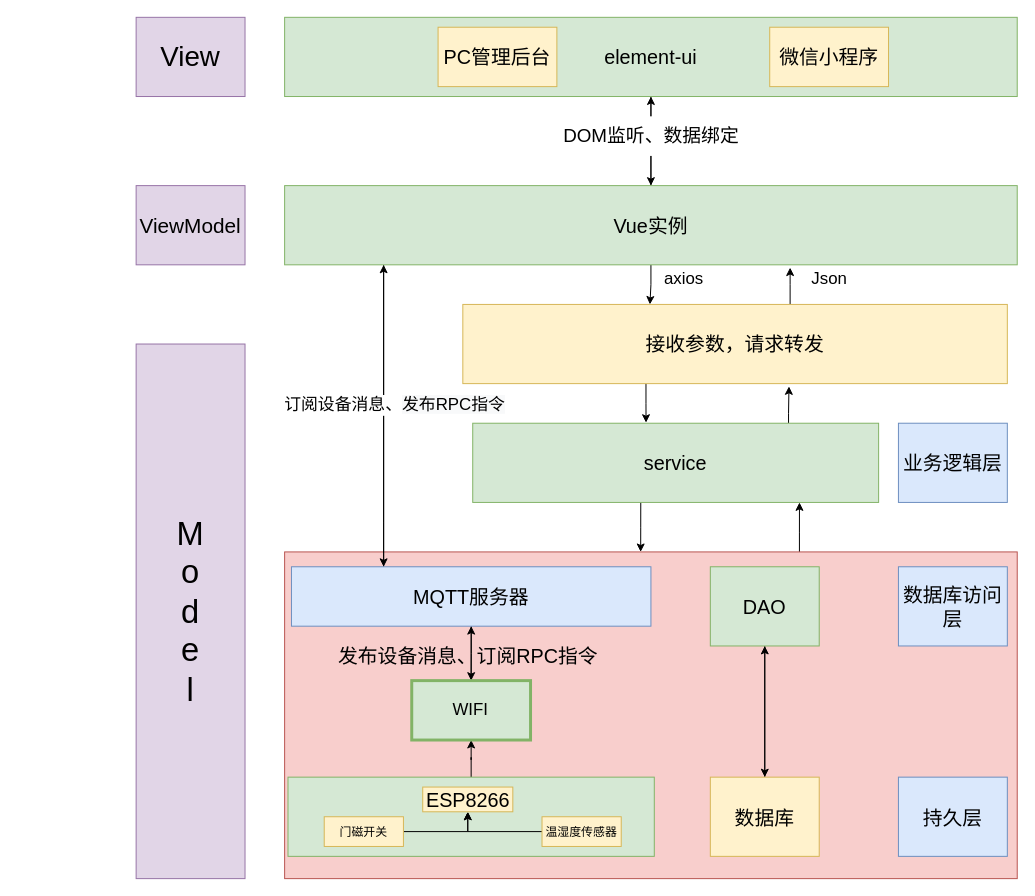
Before: resources/未命名绘图.drawio in LY220214/LY220214.github.io, a draw.io diagram. Source tidied: cells renumbered, new cells numbered last; positions are measured from the earlier drawing's top-left corner, leaving out a move shared by most shapes. Both pictures are drawn from the tidied source at 99%, with x=0, y=0 at pixel (136, 17).
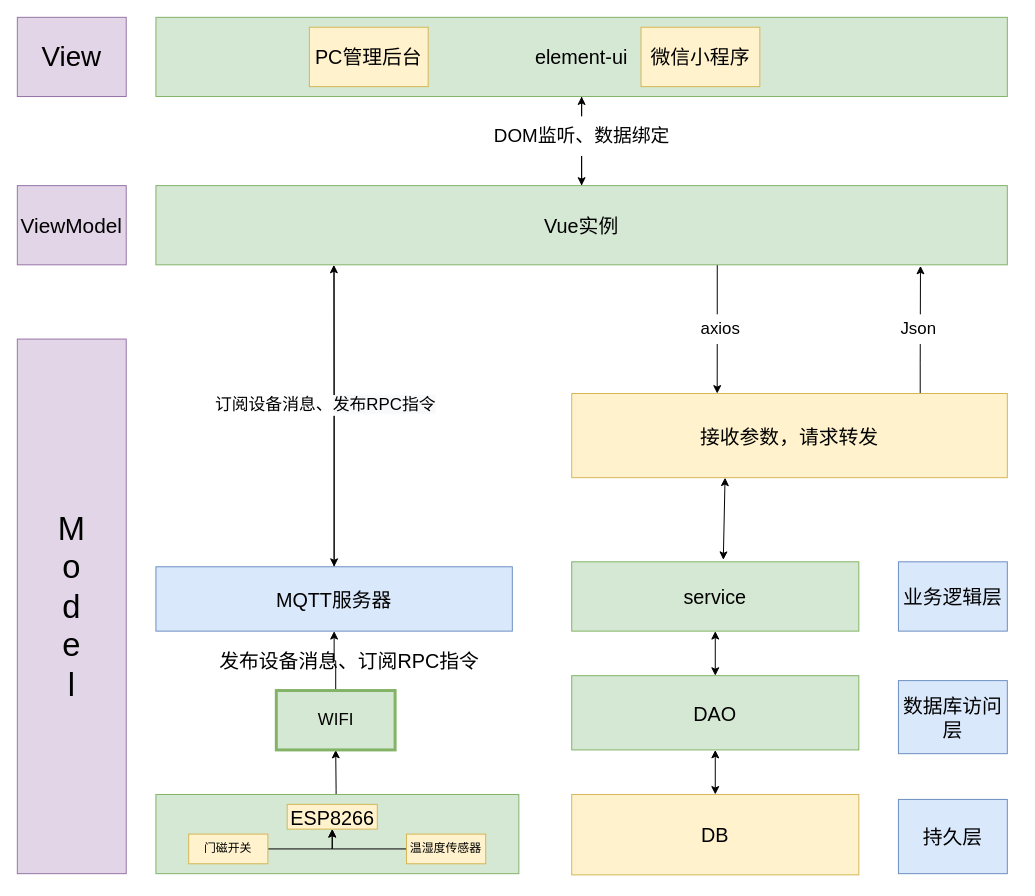
After the change.

Commit message:
更新未命名绘图.drawio

Diff of the diagram source:
```diff
@@
-    <mxCell id="2" style="edgeStyle=orthogonalEdgeStyle;rounded=0;jettySize=auto;html=1;entryX=0.486;entryY=0;entryDx=0;entryDy=0;entryPerimeter=0;fontSize=17;fontColor=#000000;exitX=0.414;exitY=1;exitDx=0;exitDy=0;exitPerimeter=0;" parent="1" edge="1" source="4" target="6">
-      <mxGeometry relative="1" as="geometry" />
-    </mxCell>
-    <mxCell id="3" style="edgeStyle=orthogonalEdgeStyle;rounded=0;jettySize=auto;html=1;entryX=0.599;entryY=1.035;entryDx=0;entryDy=0;entryPerimeter=0;fontSize=17;fontColor=#000000;" parent="1" edge="1" source="4" target="25">
-      <mxGeometry relative="1" as="geometry">
-        <Array as="points">
-          <mxPoint x="659" y="400" />
-          <mxPoint x="659" y="400" />
-        </Array>
-      </mxGeometry>
-    </mxCell>
     <mxCell id="4" value="service" style="rounded=0;whiteSpace=wrap;html=1;fontSize=20;fillColor=#d5e8d4;strokeColor=#82b366;" parent="1" vertex="1">
-      <mxGeometry x="340" y="410" width="410" height="80" as="geometry" />
+      <mxGeometry x="440" y="550" width="290" height="70" as="geometry" />
     </mxCell>
-    <mxCell id="5" style="edgeStyle=orthogonalEdgeStyle;rounded=0;jettySize=auto;html=1;entryX=0.805;entryY=1;entryDx=0;entryDy=0;entryPerimeter=0;fontSize=17;fontColor=#000000;" parent="1" edge="1" source="6" target="4">
-      <mxGeometry relative="1" as="geometry">
-        <Array as="points">
-          <mxPoint x="670" y="520" />
-          <mxPoint x="670" y="520" />
-        </Array>
-      </mxGeometry>
-    </mxCell>
-    <mxCell id="6" style="rounded=0;whiteSpace=wrap;html=1;labelBackgroundColor=none;fontSize=28;fillColor=#f8cecc;strokeColor=#b85450;" parent="1" vertex="1">
-      <mxGeometry x="150" y="540" width="740" height="330" as="geometry" />
-    </mxCell>
     <mxCell id="7" style="edgeStyle=orthogonalEdgeStyle;rounded=0;jettySize=auto;html=1;entryX=0.5;entryY=1;entryDx=0;entryDy=0;fontSize=17;" parent="1" edge="1" source="8" target="28">
-      <mxGeometry relative="1" as="geometry" />
+      <mxGeometry relative="1" as="geometry">
+        <Array as="points">
+          <mxPoint x="202" y="780" />
+          <mxPoint x="202" y="780" />
+        </Array>
+      </mxGeometry>
     </mxCell>
     <mxCell id="8" style="rounded=0;whiteSpace=wrap;html=1;fillColor=#d5e8d4;strokeColor=#82b366;" parent="1" vertex="1">
-      <mxGeometry x="153.4" y="767.5" width="370" height="80" as="geometry" />
+      <mxGeometry x="20" y="785" width="366.6" height="80" as="geometry" />
     </mxCell>
@@
     <mxCell id="10" value="门磁开关" style="rounded=0;whiteSpace=wrap;html=1;fillColor=#fff2cc;strokeColor=#d6b656;" parent="1" vertex="1">
-      <mxGeometry x="190" y="807.5" width="80" height="30" as="geometry" />
+      <mxGeometry x="53.1" y="825" width="80" height="30" as="geometry" />
     </mxCell>
@@
     <mxCell id="12" value="温湿度传感器" style="rounded=0;whiteSpace=wrap;html=1;fillColor=#fff2cc;strokeColor=#d6b656;" parent="1" vertex="1">
-      <mxGeometry x="410" y="807.5" width="80" height="30" as="geometry" />
+      <mxGeometry x="273.1" y="825" width="80" height="30" as="geometry" />
     </mxCell>
-    <mxCell id="13" style="edgeStyle=orthogonalEdgeStyle;rounded=0;jettySize=auto;html=1;entryX=0.5;entryY=0;entryDx=0;entryDy=0;fontSize=17;" parent="1" edge="1" source="15" target="28">
-      <mxGeometry relative="1" as="geometry" />
-    </mxCell>
-    <mxCell id="14" style="edgeStyle=orthogonalEdgeStyle;rounded=0;jettySize=auto;html=1;fontSize=17;fontColor=#000000;" parent="1" edge="1" source="15">
-      <mxGeometry relative="1" as="geometry">
-        <mxPoint x="250" y="250" as="targetPoint" />
-        <Array as="points">
-          <mxPoint x="250" y="510" />
-          <mxPoint x="250" y="510" />
-        </Array>
-      </mxGeometry>
+    <mxCell id="14" style="edgeStyle=orthogonalEdgeStyle;rounded=0;jettySize=auto;html=1;fontSize=17;fontColor=#000000;entryX=0.209;entryY=1;entryDx=0;entryDy=0;entryPerimeter=0;" parent="1" edge="1" source="15" target="38">
+      <mxGeometry relative="1" as="geometry" />
     </mxCell>
     <mxCell id="15" value="MQTT服务器" style="rounded=0;whiteSpace=wrap;html=1;fontSize=20;fillColor=#dae8fc;strokeColor=#6c8ebf;" parent="1" vertex="1">
-      <mxGeometry x="156.9" y="555" width="363.1" height="60" as="geometry" />
+      <mxGeometry x="20" y="555" width="360" height="65" as="geometry" />
     </mxCell>
@@
     <mxCell id="17" value="element-ui" style="rounded=0;whiteSpace=wrap;html=1;fontSize=20;fillColor=#d5e8d4;strokeColor=#82b366;" parent="1" vertex="1">
-      <mxGeometry x="150" width="740" height="80" as="geometry" />
+      <mxGeometry x="20" width="860" height="80" as="geometry" />
     </mxCell>
     <mxCell id="18" value="PC管理后台" style="rounded=0;whiteSpace=wrap;html=1;fontSize=20;fillColor=#fff2cc;strokeColor=#d6b656;" parent="1" vertex="1">
-      <mxGeometry x="305" y="10" width="120" height="60" as="geometry" />
+      <mxGeometry x="175" y="10" width="120" height="60" as="geometry" />
     </mxCell>
     <mxCell id="19" value="微信小程序" style="rounded=0;whiteSpace=wrap;html=1;fontSize=20;fillColor=#fff2cc;strokeColor=#d6b656;" parent="1" vertex="1">
-      <mxGeometry x="640" y="10" width="120" height="60" as="geometry" />
+      <mxGeometry x="510" y="10" width="120" height="60" as="geometry" />
     </mxCell>
     <mxCell id="20" value="发布设备消息、订阅RPC指令" style="text;html=1;align=center;verticalAlign=middle;strokeColor=none;fillColor=none;fontSize=20;" parent="1" vertex="1">
-      <mxGeometry x="190" y="625" width="290" height="40" as="geometry" />
+      <mxGeometry x="70" y="630" width="290" height="40" as="geometry" />
     </mxCell>
-    <mxCell id="21" style="edgeStyle=orthogonalEdgeStyle;rounded=0;jettySize=auto;html=1;fontSize=19;fontColor=#67AB9F;" parent="1" edge="1" source="22" target="32">
-      <mxGeometry relative="1" as="geometry" />
-    </mxCell>
-    <mxCell id="22" value="数据库" style="rounded=0;whiteSpace=wrap;html=1;fontSize=20;fillColor=#fff2cc;strokeColor=#d6b656;" parent="1" vertex="1">
-      <mxGeometry x="580" y="767.5" width="110" height="80" as="geometry" />
+    <mxCell id="22" value="DB" style="rounded=0;whiteSpace=wrap;html=1;fontSize=20;fillColor=#fff2cc;strokeColor=#d6b656;" parent="1" vertex="1">
+      <mxGeometry x="440" y="785" width="290" height="81.2" as="geometry" />
     </mxCell>
-    <mxCell id="23" style="edgeStyle=orthogonalEdgeStyle;rounded=0;jettySize=auto;html=1;entryX=0.427;entryY=-0.007;entryDx=0;entryDy=0;entryPerimeter=0;fontSize=17;fontColor=#000000;" parent="1" edge="1" source="25" target="4">
-      <mxGeometry relative="1" as="geometry">
-        <Array as="points">
-          <mxPoint x="515" y="390" />
-          <mxPoint x="515" y="390" />
-        </Array>
-      </mxGeometry>
-    </mxCell>
-    <mxCell id="24" style="edgeStyle=orthogonalEdgeStyle;rounded=0;jettySize=auto;html=1;entryX=0.69;entryY=1.035;entryDx=0;entryDy=0;entryPerimeter=0;fontSize=17;fontColor=#000000;" parent="1" edge="1" source="25" target="38">
+    <mxCell id="24" style="edgeStyle=orthogonalEdgeStyle;rounded=0;jettySize=auto;html=1;entryX=0.898;entryY=1.013;entryDx=0;entryDy=0;entryPerimeter=0;fontSize=6;fontColor=#000000;" parent="1" edge="1" source="25" target="38">
       <mxGeometry relative="1" as="geometry">
         <Array as="points">
-          <mxPoint x="660" y="270" />
+          <mxPoint x="792" y="350" />
+          <mxPoint x="792" y="350" />
         </Array>
       </mxGeometry>
     </mxCell>
     <mxCell id="25" value="接收参数，请求转发" style="rounded=0;whiteSpace=wrap;html=1;fontSize=20;fillColor=#fff2cc;strokeColor=#d6b656;" parent="1" vertex="1">
-      <mxGeometry x="330" y="290" width="550" height="80" as="geometry" />
+      <mxGeometry x="440" y="380" width="440" height="85" as="geometry" />
     </mxCell>
     <mxCell id="26" value="&lt;h3&gt;&lt;span style=&quot;font-weight: normal;&quot;&gt;&lt;font style=&quot;font-size: 20px;&quot;&gt;ESP8266&lt;/font&gt;&lt;/span&gt;&lt;/h3&gt;" style="rounded=0;whiteSpace=wrap;html=1;fillColor=#fff2cc;strokeColor=#d6b656;" parent="1" vertex="1">
-      <mxGeometry x="289.5" y="777.5" width="91" height="25" as="geometry" />
+      <mxGeometry x="152.6" y="795" width="91" height="25" as="geometry" />
     </mxCell>
-    <mxCell id="27" style="edgeStyle=orthogonalEdgeStyle;rounded=0;jettySize=auto;html=1;entryX=0.5;entryY=1;entryDx=0;entryDy=0;fontSize=17;" parent="1" edge="1" source="28" target="15">
+    <mxCell id="27" style="edgeStyle=orthogonalEdgeStyle;rounded=0;jettySize=auto;html=1;entryX=0.5;entryY=1;entryDx=0;entryDy=0;fontSize=6;fontColor=#000000;" parent="1" edge="1" source="28" target="15">
       <mxGeometry relative="1" as="geometry" />
     </mxCell>
     <mxCell id="28" value="WIFI" style="rounded=0;whiteSpace=wrap;html=1;fontSize=17;strokeWidth=3;fillColor=#d5e8d4;strokeColor=#82b366;" parent="1" vertex="1">
-      <mxGeometry x="278.4" y="670" width="120" height="60" as="geometry" />
+      <mxGeometry x="141.6" y="680" width="120" height="60" as="geometry" />
     </mxCell>
     <mxCell id="29" value="持久层" style="rounded=0;whiteSpace=wrap;html=1;fontSize=20;fillColor=#dae8fc;strokeColor=#6c8ebf;" parent="1" vertex="1">
-      <mxGeometry x="770" y="767.5" width="110" height="80" as="geometry" />
+      <mxGeometry x="770" y="790" width="110" height="75" as="geometry" />
     </mxCell>
     <mxCell id="30" value="业务逻辑层" style="rounded=0;whiteSpace=wrap;html=1;fontSize=20;fillColor=#dae8fc;strokeColor=#6c8ebf;" parent="1" vertex="1">
-      <mxGeometry x="770" y="410" width="110" height="80" as="geometry" />
+      <mxGeometry x="770" y="550" width="110" height="70" as="geometry" />
     </mxCell>
-    <mxCell id="31" style="edgeStyle=orthogonalEdgeStyle;rounded=0;jettySize=auto;html=1;entryX=0.5;entryY=0;entryDx=0;entryDy=0;fontSize=19;fontColor=#67AB9F;" parent="1" edge="1" source="32" target="22">
-      <mxGeometry relative="1" as="geometry" />
-    </mxCell>
     <mxCell id="32" value="DAO" style="rounded=0;whiteSpace=wrap;html=1;fontSize=20;fillColor=#d5e8d4;strokeColor=#82b366;" parent="1" vertex="1">
-      <mxGeometry x="580" y="555" width="110" height="80" as="geometry" />
+      <mxGeometry x="440" y="665" width="290" height="75" as="geometry" />
     </mxCell>
     <mxCell id="33" value="数据库访问层" style="rounded=0;whiteSpace=wrap;html=1;fontSize=20;fillColor=#dae8fc;strokeColor=#6c8ebf;" parent="1" vertex="1">
-      <mxGeometry x="770" y="555" width="110" height="80" as="geometry" />
+      <mxGeometry x="770" y="670" width="110" height="73.8" as="geometry" />
     </mxCell>
@@
-    <mxCell id="35" style="edgeStyle=orthogonalEdgeStyle;rounded=0;jettySize=auto;html=1;fontSize=28;fontColor=#000000;" parent="1" edge="1" source="38">
+    <mxCell id="35" style="edgeStyle=orthogonalEdgeStyle;rounded=0;jettySize=auto;html=1;fontSize=28;fontColor=#000000;entryX=0.5;entryY=0;entryDx=0;entryDy=0;exitX=0.208;exitY=1.025;exitDx=0;exitDy=0;exitPerimeter=0;" parent="1" edge="1" source="38" target="15">
       <mxGeometry relative="1" as="geometry">
-        <mxPoint x="250" y="555" as="targetPoint" />
         <Array as="points">
-          <mxPoint x="250" y="555" />
+          <mxPoint x="200" y="252" />
         </Array>
       </mxGeometry>
     </mxCell>
     <mxCell id="36" value="订阅设备消息、&lt;span style=&quot;background-color: rgb(248, 249, 250);&quot;&gt;发布RPC指令&lt;/span&gt;" style="edgeLabel;html=1;align=center;verticalAlign=middle;fontSize=17;fontColor=#000000;" parent="35" vertex="1">
       <mxGeometry x="0.1" y="-4" relative="1" as="geometry">
-        <mxPoint x="14" y="-27" as="offset" />
+        <mxPoint x="-6" y="-26" as="offset" />
       </mxGeometry>
     </mxCell>
-    <mxCell id="37" style="edgeStyle=orthogonalEdgeStyle;rounded=0;jettySize=auto;html=1;fontSize=17;fontColor=#000000;" parent="1" edge="1" source="38">
-      <mxGeometry relative="1" as="geometry">
-        <mxPoint x="519" y="290" as="targetPoint" />
-      </mxGeometry>
-    </mxCell>
+    <mxCell id="45" style="edgeStyle=orthogonalEdgeStyle;rounded=0;jettySize=auto;html=1;entryX=0.334;entryY=0;entryDx=0;entryDy=0;entryPerimeter=0;fontSize=6;fontColor=#000000;" parent="1" edge="1" source="38" target="25">
+      <mxGeometry relative="1" as="geometry">
+        <Array as="points">
+          <mxPoint x="587" y="300" />
+          <mxPoint x="587" y="300" />
+        </Array>
+      </mxGeometry>
+    </mxCell>
     <mxCell id="38" value="Vue实例" style="rounded=0;whiteSpace=wrap;html=1;fontSize=20;fillColor=#d5e8d4;strokeColor=#82b366;" parent="1" vertex="1">
-      <mxGeometry x="150" y="170" width="740" height="80" as="geometry" />
+      <mxGeometry x="20" y="170" width="860" height="80" as="geometry" />
     </mxCell>
-    <mxCell id="39" value="Json" style="text;html=1;align=center;verticalAlign=middle;strokeColor=none;fillColor=none;fontSize=17;" parent="1" vertex="1">
-      <mxGeometry x="670" y="250" width="60" height="30" as="geometry" />
-    </mxCell>
     <mxCell id="40" value="M&lt;br style=&quot;font-size: 33px;&quot;&gt;o&lt;br style=&quot;font-size: 33px;&quot;&gt;d&lt;br style=&quot;font-size: 33px;&quot;&gt;e&lt;br style=&quot;font-size: 33px;&quot;&gt;l" style="rounded=0;whiteSpace=wrap;html=1;labelBackgroundColor=none;fontSize=33;fillColor=#e1d5e7;strokeColor=#9673a6;" parent="1" vertex="1">
-      <mxGeometry y="330" width="110" height="540" as="geometry" />
+      <mxGeometry x="-120" y="325" width="110" height="540" as="geometry" />
     </mxCell>
     <mxCell id="41" value="&lt;span style=&quot;font-size: 21px;&quot;&gt;ViewModel&lt;/span&gt;" style="rounded=0;whiteSpace=wrap;html=1;labelBackgroundColor=none;fontSize=21;fillColor=#e1d5e7;strokeColor=#9673a6;" parent="1" vertex="1">
-      <mxGeometry y="170" width="110" height="80" as="geometry" />
+      <mxGeometry x="-120" y="170" width="110" height="80" as="geometry" />
     </mxCell>
     <mxCell id="42" value="&lt;span style=&quot;font-size: 28px;&quot;&gt;View&lt;/span&gt;" style="rounded=0;whiteSpace=wrap;html=1;labelBackgroundColor=none;fontSize=28;fillColor=#e1d5e7;strokeColor=#9673a6;" parent="1" vertex="1">
-      <mxGeometry width="110" height="80" as="geometry" />
+      <mxGeometry x="-120" width="110" height="80" as="geometry" />
     </mxCell>
+    <mxCell id="44" value="DOM监听、数据绑定" style="text;html=1;align=center;verticalAlign=middle;fontSize=19;fillColor=default;" parent="1" vertex="1">
+      <mxGeometry x="350" y="100" width="200" height="40" as="geometry" />
+    </mxCell>
-    <mxCell id="43" value="axios" style="text;html=1;align=center;verticalAlign=middle;strokeColor=none;fillColor=none;fontSize=17;fontColor=#000000;" parent="1" vertex="1">
-      <mxGeometry x="523.4" y="250" width="60" height="30" as="geometry" />
+    <mxCell id="43" value="axios" style="text;html=1;align=center;verticalAlign=middle;strokeColor=none;fillColor=default;fontSize=17;fontColor=#000000;" parent="1" vertex="1">
+      <mxGeometry x="560" y="300" width="60" height="30" as="geometry" />
     </mxCell>
-    <mxCell id="44" value="DOM监听、数据绑定" style="text;html=1;align=center;verticalAlign=middle;fontSize=19;fillColor=default;" parent="1" vertex="1">
-      <mxGeometry x="420" y="100" width="200" height="40" as="geometry" />
-    </mxCell>
+    <mxCell id="39" value="Json" style="text;html=1;align=center;verticalAlign=middle;strokeColor=none;fillColor=default;fontSize=17;" parent="1" vertex="1">
+      <mxGeometry x="760" y="300" width="60" height="30" as="geometry" />
+    </mxCell>
+    <mxCell id="21" style="endArrow=classic;startArrow=classic;html=1;rounded=0;fontSize=6;fontColor=#000000;exitX=0.5;exitY=0;exitDx=0;exitDy=0;entryX=0.5;entryY=1;entryDx=0;entryDy=0;" parent="1" edge="1" source="22" target="32">
+      <mxGeometry relative="1" as="geometry" />
+    </mxCell>
+    <mxCell id="46" style="endArrow=classic;startArrow=classic;html=1;rounded=0;fontSize=6;fontColor=#000000;entryX=0.5;entryY=1;entryDx=0;entryDy=0;exitX=0.5;exitY=0;exitDx=0;exitDy=0;" parent="1" edge="1" source="32" target="4">
+      <mxGeometry relative="1" as="geometry" />
+    </mxCell>
+    <mxCell id="3" style="endArrow=classic;startArrow=classic;html=1;rounded=0;fontSize=6;fontColor=#000000;entryX=0.352;entryY=1;entryDx=0;entryDy=0;entryPerimeter=0;exitX=0.528;exitY=-0.029;exitDx=0;exitDy=0;exitPerimeter=0;" parent="1" edge="1" source="4" target="25">
+      <mxGeometry relative="1" as="geometry" />
+    </mxCell>
```
